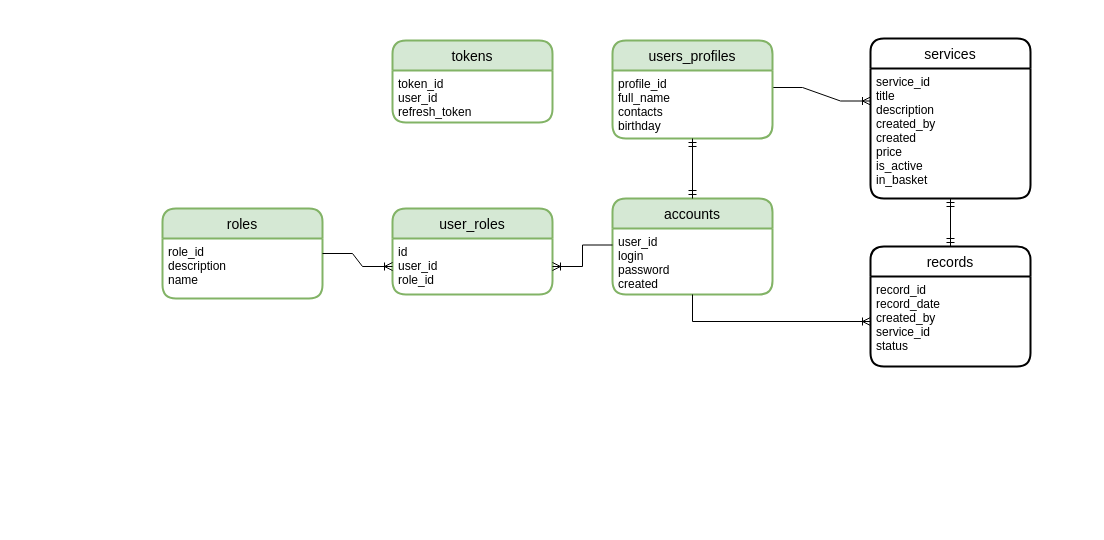
Above: db_schema.drawio in LeksinaAnna/self-employed-services (draw.io), before the change. Source tidied: cells renumbered, new cells numbered last; positions are measured from the earlier drawing's top-left corner, leaving out a move shared by most shapes. Both pictures are drawn from the tidied source at 100%, with x=0, y=0 at pixel (162, 38).
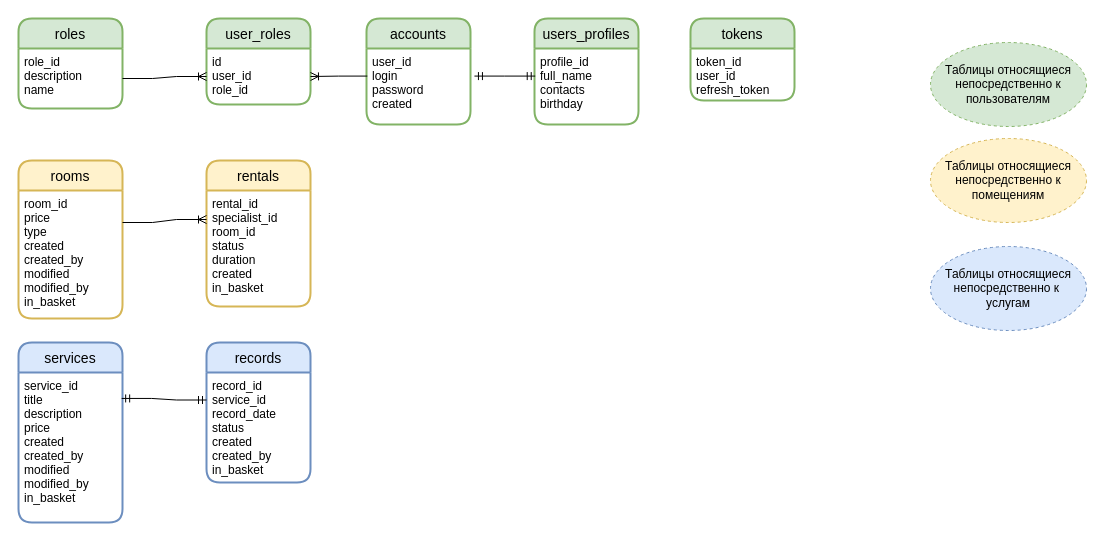
The same page after the edit.

Commit message (it also covers changes not shown here):
Начальный этап реализации rooms

Change to the diagram source:
```diff
@@
     <mxCell id="2" value="accounts" style="swimlane;horizontal=1;startSize=30;rounded=1;fontSize=14;fontStyle=0;strokeWidth=2;shadow=0;dashed=0;align=center;fillColor=#d5e8d4;strokeColor=#82b366;" parent="1" vertex="1">
-      <mxGeometry x="450" y="160" width="160" height="96" as="geometry" />
+      <mxGeometry x="204" y="-20" width="104" height="106" as="geometry" />
     </mxCell>
     <mxCell id="3" value="user_id&#10;login&#10;password&#10;created" style="align=left;strokeColor=none;fillColor=none;spacingLeft=4;fontSize=12;verticalAlign=top;" parent="2" vertex="1">
-      <mxGeometry y="30" width="160" height="66" as="geometry" />
+      <mxGeometry y="30" width="104" height="76" as="geometry" />
     </mxCell>
     <mxCell id="4" value="roles" style="swimlane;horizontal=1;startSize=30;rounded=1;fontSize=14;fontStyle=0;strokeWidth=2;shadow=0;dashed=0;align=center;fillColor=#d5e8d4;strokeColor=#82b366;" parent="1" vertex="1">
-      <mxGeometry y="170" width="160" height="90" as="geometry" />
+      <mxGeometry x="-144" y="-20" width="104" height="90" as="geometry" />
     </mxCell>
     <mxCell id="5" value="role_id&#10;description&#10;name" style="align=left;strokeColor=none;fillColor=none;spacingLeft=4;fontSize=12;verticalAlign=top;" parent="4" vertex="1">
-      <mxGeometry y="30" width="160" height="60" as="geometry" />
+      <mxGeometry y="30" width="104" height="60" as="geometry" />
     </mxCell>
     <mxCell id="6" value="user_roles" style="swimlane;horizontal=1;startSize=30;rounded=1;fontSize=14;fontStyle=0;strokeWidth=2;shadow=0;dashed=0;align=center;fillColor=#d5e8d4;strokeColor=#82b366;" parent="1" vertex="1">
-      <mxGeometry x="230" y="170" width="160" height="86" as="geometry" />
+      <mxGeometry x="44" y="-20" width="104" height="86" as="geometry" />
     </mxCell>
     <mxCell id="7" value="id&#10;user_id&#10;role_id" style="align=left;strokeColor=none;fillColor=none;spacingLeft=4;fontSize=12;verticalAlign=top;" parent="6" vertex="1">
-      <mxGeometry y="30" width="160" height="56" as="geometry" />
+      <mxGeometry y="30" width="104" height="56" as="geometry" />
     </mxCell>
-    <mxCell id="8" value="services" style="swimlane;horizontal=1;startSize=30;rounded=1;fontSize=14;fontStyle=0;strokeWidth=2;shadow=0;dashed=0;align=center;" parent="1" vertex="1">
-      <mxGeometry x="708" width="160" height="160" as="geometry" />
+    <mxCell id="8" value="services" style="swimlane;horizontal=1;startSize=30;rounded=1;fontSize=14;fontStyle=0;strokeWidth=2;shadow=0;dashed=0;align=center;fillColor=#dae8fc;strokeColor=#6c8ebf;" parent="1" vertex="1">
+      <mxGeometry x="-144" y="304" width="104" height="180" as="geometry" />
     </mxCell>
-    <mxCell id="9" value="service_id&#10;title&#10;description&#10;created_by&#10;created&#10;price&#10;is_active&#10;in_basket" style="align=left;strokeColor=none;fillColor=none;spacingLeft=4;fontSize=12;verticalAlign=top;" parent="8" vertex="1">
-      <mxGeometry y="30" width="160" height="130" as="geometry" />
+    <mxCell id="9" value="service_id&#10;title&#10;description&#10;price&#10;created&#10;created_by&#10;modified&#10;modified_by&#10;in_basket" style="align=left;strokeColor=none;fillColor=none;spacingLeft=4;fontSize=12;verticalAlign=top;" parent="8" vertex="1">
+      <mxGeometry y="30" width="104" height="150" as="geometry" />
     </mxCell>
-    <mxCell id="10" value="records" style="swimlane;horizontal=1;startSize=30;rounded=1;fontSize=14;fontStyle=0;strokeWidth=2;shadow=0;dashed=0;align=center;" parent="1" vertex="1">
-      <mxGeometry x="708" y="208" width="160" height="120" as="geometry" />
+    <mxCell id="10" value="records" style="swimlane;horizontal=1;startSize=30;rounded=1;fontSize=14;fontStyle=0;strokeWidth=2;shadow=0;dashed=0;align=center;fillColor=#dae8fc;strokeColor=#6c8ebf;" parent="1" vertex="1">
+      <mxGeometry x="44" y="304" width="104" height="140" as="geometry" />
     </mxCell>
-    <mxCell id="11" value="record_id&#10;record_date&#10;created_by&#10;service_id&#10;status" style="align=left;strokeColor=none;fillColor=none;spacingLeft=4;fontSize=12;verticalAlign=top;" parent="10" vertex="1">
-      <mxGeometry y="30" width="160" height="90" as="geometry" />
+    <mxCell id="11" value="record_id&#10;service_id&#10;record_date&#10;status&#10;created&#10;created_by&#10;in_basket" style="align=left;strokeColor=none;fillColor=none;spacingLeft=4;fontSize=12;verticalAlign=top;" parent="10" vertex="1">
+      <mxGeometry y="30" width="104" height="110" as="geometry" />
     </mxCell>
-    <mxCell id="12" style="edgeStyle=entityRelationEdgeStyle;fontSize=12;html=1;endArrow=ERoneToMany;rounded=0;exitX=1;exitY=0.25;exitDx=0;exitDy=0;entryX=0;entryY=0.5;entryDx=0;entryDy=0;" parent="1" edge="1" source="5" target="7">
+    <mxCell id="12" style="edgeStyle=entityRelationEdgeStyle;fontSize=12;html=1;endArrow=ERoneToMany;rounded=0;exitX=1;exitY=0.5;exitDx=0;exitDy=0;entryX=0;entryY=0.5;entryDx=0;entryDy=0;" parent="1" edge="1" source="5" target="7">
       <mxGeometry relative="1" as="geometry" />
     </mxCell>
-    <mxCell id="13" style="edgeStyle=entityRelationEdgeStyle;fontSize=12;html=1;endArrow=ERoneToMany;rounded=0;entryX=1;entryY=0.5;entryDx=0;entryDy=0;exitX=0;exitY=0.25;exitDx=0;exitDy=0;" parent="1" edge="1" source="3" target="7">
-      <mxGeometry relative="1" as="geometry" />
-    </mxCell>
-    <mxCell id="14" style="fontSize=12;html=1;endArrow=ERoneToMany;rounded=0;exitX=0.5;exitY=1;exitDx=0;exitDy=0;entryX=0;entryY=0.5;entryDx=0;entryDy=0;edgeStyle=elbowEdgeStyle;elbow=vertical;" parent="1" edge="1" source="3" target="11">
-      <mxGeometry relative="1" as="geometry">
-        <Array as="points">
-          <mxPoint x="530" y="283" />
-        </Array>
-      </mxGeometry>
-    </mxCell>
-    <mxCell id="15" style="edgeStyle=orthogonalEdgeStyle;fontSize=12;html=1;endArrow=ERmandOne;startArrow=ERmandOne;rounded=0;elbow=vertical;exitX=0.5;exitY=0;exitDx=0;exitDy=0;entryX=0.5;entryY=1;entryDx=0;entryDy=0;" parent="1" edge="1" source="10" target="9">
-      <mxGeometry relative="1" as="geometry" />
-    </mxCell>
-    <mxCell id="16" style="edgeStyle=entityRelationEdgeStyle;fontSize=12;html=1;endArrow=ERoneToMany;rounded=0;elbow=vertical;exitX=1;exitY=0.25;exitDx=0;exitDy=0;entryX=0;entryY=0.25;entryDx=0;entryDy=0;" parent="1" edge="1" source="18" target="9">
-      <mxGeometry relative="1" as="geometry" />
-    </mxCell>
     <mxCell id="17" value="users_profiles" style="swimlane;horizontal=1;startSize=30;rounded=1;fontSize=14;fontStyle=0;strokeWidth=2;shadow=0;dashed=0;align=center;fillColor=#d5e8d4;strokeColor=#82b366;" parent="1" vertex="1">
-      <mxGeometry x="450" y="2" width="160" height="98" as="geometry" />
+      <mxGeometry x="372" y="-20" width="104" height="106" as="geometry" />
     </mxCell>
     <mxCell id="18" value="profile_id&#10;full_name&#10;contacts&#10;birthday" style="align=left;strokeColor=none;fillColor=none;spacingLeft=4;fontSize=12;verticalAlign=top;" parent="17" vertex="1">
-      <mxGeometry y="30" width="160" height="68" as="geometry" />
+      <mxGeometry y="30" width="104" height="76" as="geometry" />
     </mxCell>
-    <mxCell id="19" style="edgeStyle=orthogonalEdgeStyle;fontSize=12;html=1;endArrow=ERmandOne;startArrow=ERmandOne;rounded=0;elbow=vertical;exitX=0.5;exitY=0;exitDx=0;exitDy=0;entryX=0.5;entryY=1;entryDx=0;entryDy=0;" parent="1" edge="1" source="2" target="18">
-      <mxGeometry relative="1" as="geometry" />
-    </mxCell>
     <mxCell id="20" value="tokens" style="swimlane;horizontal=1;startSize=30;rounded=1;fontSize=14;fontStyle=0;strokeWidth=2;shadow=0;dashed=0;align=center;fillColor=#d5e8d4;strokeColor=#82b366;" parent="1" vertex="1">
-      <mxGeometry x="230" y="2" width="160" height="82" as="geometry" />
+      <mxGeometry x="528" y="-20" width="104" height="82" as="geometry" />
     </mxCell>
     <mxCell id="21" value="token_id&#10;user_id&#10;refresh_token" style="align=left;strokeColor=none;fillColor=none;spacingLeft=4;fontSize=12;verticalAlign=top;" parent="20" vertex="1">
-      <mxGeometry y="30" width="160" height="52" as="geometry" />
+      <mxGeometry y="30" width="104" height="52" as="geometry" />
     </mxCell>
+    <mxCell id="22" value="rooms" style="swimlane;horizontal=1;startSize=30;rounded=1;fontSize=14;fontStyle=0;strokeWidth=2;shadow=0;dashed=0;align=center;fillColor=#fff2cc;strokeColor=#d6b656;" parent="1" vertex="1">
+      <mxGeometry x="-144" y="122" width="104" height="158" as="geometry" />
+    </mxCell>
+    <mxCell id="23" value="room_id&#10;price&#10;type&#10;created&#10;created_by&#10;modified&#10;modified_by&#10;in_basket" style="align=left;strokeColor=none;fillColor=none;spacingLeft=4;fontSize=12;verticalAlign=top;" parent="22" vertex="1">
+      <mxGeometry y="30" width="104" height="128" as="geometry" />
+    </mxCell>
+    <mxCell id="24" value="rentals" style="swimlane;horizontal=1;startSize=30;rounded=1;fontSize=14;fontStyle=0;strokeWidth=2;shadow=0;dashed=0;align=center;fillColor=#fff2cc;strokeColor=#d6b656;" parent="1" vertex="1">
+      <mxGeometry x="44" y="122" width="104" height="146" as="geometry" />
+    </mxCell>
+    <mxCell id="25" value="rental_id&#10;specialist_id&#10;room_id&#10;status&#10;duration&#10;created&#10;in_basket" style="align=left;strokeColor=none;fillColor=none;spacingLeft=4;fontSize=12;verticalAlign=top;" parent="24" vertex="1">
+      <mxGeometry y="30" width="104" height="116" as="geometry" />
+    </mxCell>
+    <mxCell id="26" style="edgeStyle=entityRelationEdgeStyle;fontSize=12;html=1;endArrow=ERoneToMany;rounded=0;exitX=1;exitY=0.25;exitDx=0;exitDy=0;entryX=0;entryY=0.25;entryDx=0;entryDy=0;" parent="1" edge="1" source="23" target="25">
+      <mxGeometry relative="1" as="geometry" />
+    </mxCell>
+    <mxCell id="27" style="edgeStyle=elbowEdgeStyle;fontSize=12;html=1;endArrow=ERmandOne;startArrow=ERmandOne;rounded=0;entryX=0.007;entryY=0.363;entryDx=0;entryDy=0;entryPerimeter=0;exitX=1.038;exitY=0.363;exitDx=0;exitDy=0;exitPerimeter=0;" parent="1" edge="1" source="3" target="18">
+      <mxGeometry relative="1" as="geometry" />
+    </mxCell>
+    <mxCell id="13" style="fontSize=12;html=1;endArrow=ERoneToMany;rounded=0;exitX=0.008;exitY=0.363;exitDx=0;exitDy=0;entryX=1;entryY=0.5;entryDx=0;entryDy=0;edgeStyle=orthogonalEdgeStyle;elbow=vertical;exitPerimeter=0;" parent="1" edge="1" source="3" target="7">
+      <mxGeometry relative="1" as="geometry" />
+    </mxCell>
+    <mxCell id="28" style="edgeStyle=entityRelationEdgeStyle;fontSize=12;html=1;endArrow=ERmandOne;startArrow=ERmandOne;rounded=0;elbow=vertical;exitX=0.992;exitY=0.173;exitDx=0;exitDy=0;entryX=0;entryY=0.25;entryDx=0;entryDy=0;exitPerimeter=0;" parent="1" edge="1" source="9" target="11">
+      <mxGeometry relative="1" as="geometry" />
+    </mxCell>
+    <mxCell id="29" value="Таблицы относящиеся непосредственно к пользователям" style="ellipse;whiteSpace=wrap;html=1;align=center;dashed=1;fillColor=#d5e8d4;strokeColor=#82b366;" parent="1" vertex="1">
+      <mxGeometry x="768" y="4" width="156" height="84" as="geometry" />
+    </mxCell>
+    <mxCell id="30" value="Таблицы относящиеся непосредственно к помещениям" style="ellipse;whiteSpace=wrap;html=1;align=center;dashed=1;fillColor=#fff2cc;strokeColor=#d6b656;" parent="1" vertex="1">
+      <mxGeometry x="768" y="100" width="156" height="84" as="geometry" />
+    </mxCell>
+    <mxCell id="31" value="Таблицы относящиеся непосредственно к&amp;nbsp; услугам" style="ellipse;whiteSpace=wrap;html=1;align=center;dashed=1;fillColor=#dae8fc;strokeColor=#6c8ebf;" parent="1" vertex="1">
+      <mxGeometry x="768" y="208" width="156" height="84" as="geometry" />
+    </mxCell>
```
